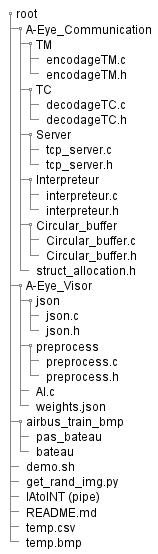
The PlantUML diagram A-Eye_Documentation/out/plantuml/A-Eye_arboresence/arbo_zybo.png in ngisedsysle/A-Eye, before a commit. Source of this version:
```plantuml
@startsalt arbo_zybo

{
    {T
        +root
            ++A-Eye_Communication
                +++TM
                    ++++encodageTM.c
                    ++++encodageTM.h
                +++TC
                    ++++decodageTC.c
                    ++++decodageTC.h
                +++Server
                    ++++tcp_server.c
                    ++++tcp_server.h
                +++Interpreteur
                    ++++interpreteur.c
                    ++++interpreteur.h
                +++Circular_buffer
                    ++++Circular_buffer.c
                    ++++Circular_buffer.h
                +++struct_allocation.h

            ++A-Eye_Visor
                +++json
                    ++++json.c
                    ++++json.h
                +++preprocess
                    ++++preprocess.c
                    ++++preprocess.h
                +++AI.c
                +++weights.json
            ++airbus_train_bmp
                +++pas_bateau
                +++bateau
            ++demo.sh
            ++get_rand_img.py
            ++IAtoINT (pipe)
            ++README.md
            ++temp.csv
            ++temp.bmp
    }
}

@endsalt
```
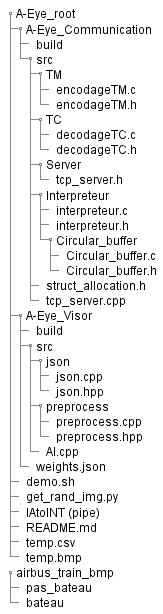
After the change.

Diff of the diagram source:
```diff
@@ -2,43 +2,46 @@
 
 {
     {T
-        +root
+        +A-Eye_root
             ++A-Eye_Communication
-                +++TM
-                    ++++encodageTM.c
-                    ++++encodageTM.h
-                +++TC
-                    ++++decodageTC.c
-                    ++++decodageTC.h
-                +++Server
-                    ++++tcp_server.c
-                    ++++tcp_server.h
-                +++Interpreteur
-                    ++++interpreteur.c
-                    ++++interpreteur.h
-                +++Circular_buffer
-                    ++++Circular_buffer.c
-                    ++++Circular_buffer.h
-                +++struct_allocation.h
-
+                +++build
+                +++src
+                    ++++TM
+                        +++++encodageTM.c
+                        +++++encodageTM.h
+                    ++++TC
+                        +++++decodageTC.c
+                        +++++decodageTC.h
+                    ++++Server
+                        +++++tcp_server.h
+                    ++++Interpreteur
+                        +++++interpreteur.c
+                        +++++interpreteur.h
+                        +++++Circular_buffer
+                            ++++++Circular_buffer.c
+                            ++++++Circular_buffer.h
+                        ++++struct_allocation.h
+                    ++++tcp_server.cpp
             ++A-Eye_Visor
-                +++json
-                    ++++json.c
-                    ++++json.h
-                +++preprocess
-                    ++++preprocess.c
-                    ++++preprocess.h
-                +++AI.c
+                +++build
+                +++src
+                    ++++json
+                        +++++json.cpp
+                        +++++json.hpp
+                    ++++preprocess
+                        +++++preprocess.cpp
+                        +++++preprocess.hpp
+                    ++++AI.cpp
                 +++weights.json
-            ++airbus_train_bmp
-                +++pas_bateau
-                +++bateau
             ++demo.sh
             ++get_rand_img.py
             ++IAtoINT (pipe)
             ++README.md
             ++temp.csv
             ++temp.bmp
+        +airbus_train_bmp
+            ++pas_bateau
+            ++bateau
     }
 }
 
```
